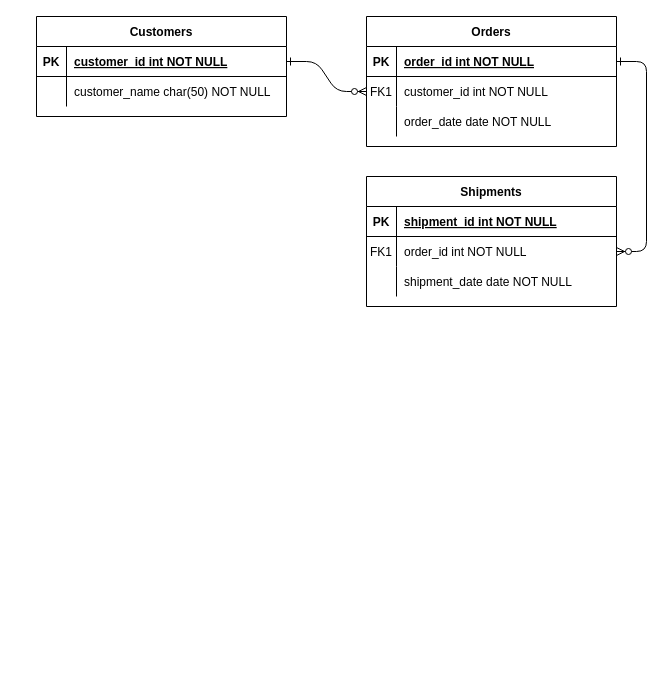
erg0-0/NLP_medical_products_browser keeps this draw.io diagram as Untitled Diagram.drawio. Above is the earlier version. Source tidied: cells renumbered, new cells numbered last; positions are measured from the earlier drawing's top-left corner, leaving out a move shared by most shapes. Both pictures are drawn from the tidied source at 100%, with x=0, y=0 at pixel (36, 16).
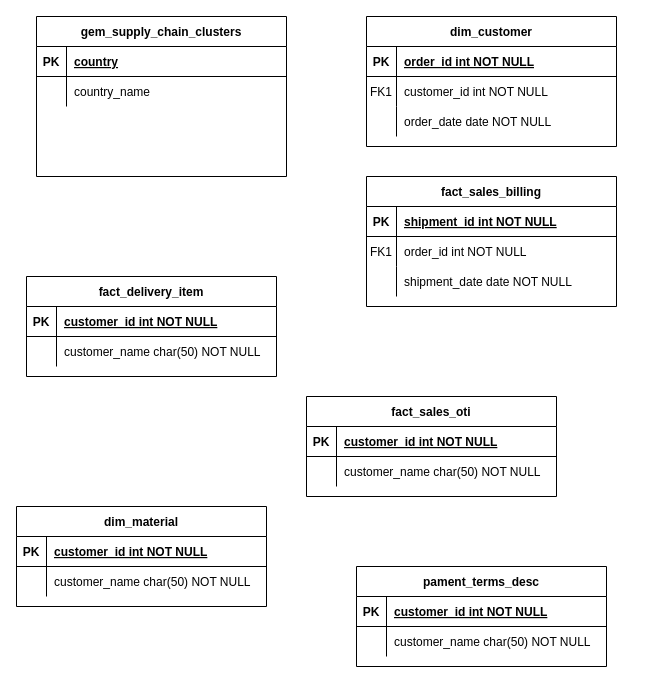
Above is the later version.

The change refers to these unchanged cells:
```xml
<mxCell id="5" style="shape=partialRectangle;fillColor=none;points=[[0,0.5],[1,0.5]];portConstraint=eastwest;top=0;left=0;right=0;bottom=1;" parent="4" vertex="1">
  <mxGeometry y="30" width="250" height="30" as="geometry" />
</mxCell>
<mxCell id="8" style="shape=partialRectangle;fillColor=none;points=[[0,0.5],[1,0.5]];portConstraint=eastwest;top=0;left=0;right=0;bottom=0;" parent="4" vertex="1">
  <mxGeometry y="60" width="250" height="30" as="geometry" />
</mxCell>
<mxCell id="18" style="shape=partialRectangle;fillColor=none;points=[[0,0.5],[1,0.5]];portConstraint=eastwest;top=0;left=0;right=0;bottom=0;" parent="14" vertex="1">
  <mxGeometry y="60" width="250" height="30" as="geometry" />
</mxCell>
<mxCell id="25" style="shape=partialRectangle;fillColor=none;points=[[0,0.5],[1,0.5]];portConstraint=eastwest;top=0;left=0;right=0;bottom=1;" parent="24" vertex="1">
  <mxGeometry y="30" width="250" height="30" as="geometry" />
</mxCell>
<mxCell id="28" style="shape=partialRectangle;fillColor=none;top=0;left=0;right=0;bottom=0;" parent="24" vertex="1">
  <mxGeometry y="60" width="250" height="30" as="geometry" />
</mxCell>
```

What changed in the source:
```diff
@@
-    <mxCell id="2" style="edgeStyle=entityRelationEdgeStyle;endArrow=ERzeroToMany;startArrow=ERone;endFill=1;startFill=0;" parent="1" edge="1" source="25" target="8">
-      <mxGeometry relative="1" as="geometry" />
-    </mxCell>
-    <mxCell id="3" style="edgeStyle=entityRelationEdgeStyle;endArrow=ERzeroToMany;startArrow=ERone;endFill=1;startFill=0;" parent="1" edge="1" source="5" target="18">
-      <mxGeometry relative="1" as="geometry" />
-    </mxCell>
-    <mxCell id="4" value="Orders" style="shape=table;startSize=30;childLayout=tableLayout;rowLines=0;fontStyle=1;align=center;" parent="1" vertex="1">
+    <mxCell id="4" value="dim_customer" style="shape=table;startSize=30;childLayout=tableLayout;rowLines=0;fontStyle=1;align=center;" parent="1" vertex="1">
       <mxGeometry x="330" width="250" height="130" as="geometry" />
     </mxCell>
@@
-    <mxCell id="14" value="Shipments" style="shape=table;startSize=30;childLayout=tableLayout;rowLines=0;fontStyle=1;align=center;" parent="1" vertex="1">
+    <mxCell id="14" value="fact_sales_billing" style="shape=table;startSize=30;childLayout=tableLayout;rowLines=0;fontStyle=1;align=center;" parent="1" vertex="1">
       <mxGeometry x="330" y="160" width="250" height="130" as="geometry" />
     </mxCell>
@@
-    <mxCell id="24" value="Customers" style="shape=table;startSize=30;childLayout=tableLayout;rowLines=0;fontStyle=1;align=center;" parent="1" vertex="1">
-      <mxGeometry width="250" height="100" as="geometry" />
+    <mxCell id="24" value="gem_supply_chain_clusters" style="shape=table;startSize=30;childLayout=tableLayout;rowLines=0;fontStyle=1;align=center;" parent="1" vertex="1">
+      <mxGeometry width="250" height="160" as="geometry" />
     </mxCell>
@@
-    <mxCell id="27" value="customer_id int NOT NULL " style="shape=partialRectangle;overflow=hidden;fillColor=none;top=0;left=0;bottom=0;right=0;align=left;spacingLeft=6;fontStyle=5;" parent="25" vertex="1">
+    <mxCell id="27" value="country" style="shape=partialRectangle;overflow=hidden;fillColor=none;top=0;left=0;bottom=0;right=0;align=left;spacingLeft=6;fontStyle=5;" parent="25" vertex="1">
       <mxGeometry x="30" width="220" height="30" as="geometry" />
     </mxCell>
@@
-    <mxCell id="30" value="customer_name char(50) NOT NULL" style="shape=partialRectangle;overflow=hidden;fillColor=none;top=0;left=0;bottom=0;right=0;align=left;spacingLeft=6;" parent="28" vertex="1">
+    <mxCell id="30" value="country_name" style="shape=partialRectangle;overflow=hidden;fillColor=none;top=0;left=0;bottom=0;right=0;align=left;spacingLeft=6;" parent="28" vertex="1">
       <mxGeometry x="30" width="220" height="30" as="geometry" />
     </mxCell>
+    <mxCell id="31" value="fact_delivery_item" style="shape=table;startSize=30;childLayout=tableLayout;rowLines=0;fontStyle=1;align=center;" parent="1" vertex="1">
+      <mxGeometry x="-10" y="260" width="250" height="100" as="geometry" />
+    </mxCell>
+    <mxCell id="32" style="shape=partialRectangle;fillColor=none;top=0;left=0;right=0;bottom=1;" parent="31" vertex="1">
+      <mxGeometry y="30" width="250" height="30" as="geometry" />
+    </mxCell>
+    <mxCell id="33" value="PK" style="shape=partialRectangle;overflow=hidden;fillColor=none;top=0;left=0;bottom=0;right=0;fontStyle=1;" parent="32" vertex="1">
+      <mxGeometry width="30" height="30" as="geometry" />
+    </mxCell>
+    <mxCell id="34" value="customer_id int NOT NULL " style="shape=partialRectangle;overflow=hidden;fillColor=none;top=0;left=0;bottom=0;right=0;align=left;spacingLeft=6;fontStyle=5;" parent="32" vertex="1">
+      <mxGeometry x="30" width="220" height="30" as="geometry" />
+    </mxCell>
+    <mxCell id="35" style="shape=partialRectangle;fillColor=none;top=0;left=0;right=0;bottom=0;" parent="31" vertex="1">
+      <mxGeometry y="60" width="250" height="30" as="geometry" />
+    </mxCell>
+    <mxCell id="36" style="shape=partialRectangle;overflow=hidden;fillColor=none;top=0;left=0;bottom=0;right=0;" parent="35" vertex="1">
+      <mxGeometry width="30" height="30" as="geometry" />
+    </mxCell>
+    <mxCell id="37" value="customer_name char(50) NOT NULL" style="shape=partialRectangle;overflow=hidden;fillColor=none;top=0;left=0;bottom=0;right=0;align=left;spacingLeft=6;" parent="35" vertex="1">
+      <mxGeometry x="30" width="220" height="30" as="geometry" />
+    </mxCell>
+    <mxCell id="38" value="fact_sales_oti" style="shape=table;startSize=30;childLayout=tableLayout;rowLines=0;fontStyle=1;align=center;" parent="1" vertex="1">
+      <mxGeometry x="270" y="380" width="250" height="100" as="geometry" />
+    </mxCell>
+    <mxCell id="39" style="shape=partialRectangle;fillColor=none;top=0;left=0;right=0;bottom=1;" parent="38" vertex="1">
+      <mxGeometry y="30" width="250" height="30" as="geometry" />
+    </mxCell>
+    <mxCell id="40" value="PK" style="shape=partialRectangle;overflow=hidden;fillColor=none;top=0;left=0;bottom=0;right=0;fontStyle=1;" parent="39" vertex="1">
+      <mxGeometry width="30" height="30" as="geometry" />
+    </mxCell>
+    <mxCell id="41" value="customer_id int NOT NULL " style="shape=partialRectangle;overflow=hidden;fillColor=none;top=0;left=0;bottom=0;right=0;align=left;spacingLeft=6;fontStyle=5;" parent="39" vertex="1">
+      <mxGeometry x="30" width="220" height="30" as="geometry" />
+    </mxCell>
+    <mxCell id="42" style="shape=partialRectangle;fillColor=none;top=0;left=0;right=0;bottom=0;" parent="38" vertex="1">
+      <mxGeometry y="60" width="250" height="30" as="geometry" />
+    </mxCell>
+    <mxCell id="43" style="shape=partialRectangle;overflow=hidden;fillColor=none;top=0;left=0;bottom=0;right=0;" parent="42" vertex="1">
+      <mxGeometry width="30" height="30" as="geometry" />
+    </mxCell>
+    <mxCell id="44" value="customer_name char(50) NOT NULL" style="shape=partialRectangle;overflow=hidden;fillColor=none;top=0;left=0;bottom=0;right=0;align=left;spacingLeft=6;" parent="42" vertex="1">
+      <mxGeometry x="30" width="220" height="30" as="geometry" />
+    </mxCell>
+    <mxCell id="45" value="dim_material" style="shape=table;startSize=30;childLayout=tableLayout;rowLines=0;fontStyle=1;align=center;" parent="1" vertex="1">
+      <mxGeometry x="-20" y="490" width="250" height="100" as="geometry" />
+    </mxCell>
+    <mxCell id="46" style="shape=partialRectangle;fillColor=none;top=0;left=0;right=0;bottom=1;" parent="45" vertex="1">
+      <mxGeometry y="30" width="250" height="30" as="geometry" />
+    </mxCell>
+    <mxCell id="47" value="PK" style="shape=partialRectangle;overflow=hidden;fillColor=none;top=0;left=0;bottom=0;right=0;fontStyle=1;" parent="46" vertex="1">
+      <mxGeometry width="30" height="30" as="geometry" />
+    </mxCell>
+    <mxCell id="48" value="customer_id int NOT NULL " style="shape=partialRectangle;overflow=hidden;fillColor=none;top=0;left=0;bottom=0;right=0;align=left;spacingLeft=6;fontStyle=5;" parent="46" vertex="1">
+      <mxGeometry x="30" width="220" height="30" as="geometry" />
+    </mxCell>
+    <mxCell id="49" style="shape=partialRectangle;fillColor=none;top=0;left=0;right=0;bottom=0;" parent="45" vertex="1">
+      <mxGeometry y="60" width="250" height="30" as="geometry" />
+    </mxCell>
+    <mxCell id="50" style="shape=partialRectangle;overflow=hidden;fillColor=none;top=0;left=0;bottom=0;right=0;" parent="49" vertex="1">
+      <mxGeometry width="30" height="30" as="geometry" />
+    </mxCell>
+    <mxCell id="51" value="customer_name char(50) NOT NULL" style="shape=partialRectangle;overflow=hidden;fillColor=none;top=0;left=0;bottom=0;right=0;align=left;spacingLeft=6;" parent="49" vertex="1">
+      <mxGeometry x="30" width="220" height="30" as="geometry" />
+    </mxCell>
+    <mxCell id="52" value="pament_terms_desc" style="shape=table;startSize=30;childLayout=tableLayout;rowLines=0;fontStyle=1;align=center;" parent="1" vertex="1">
+      <mxGeometry x="320" y="550" width="250" height="100" as="geometry" />
+    </mxCell>
+    <mxCell id="53" style="shape=partialRectangle;fillColor=none;top=0;left=0;right=0;bottom=1;" parent="52" vertex="1">
+      <mxGeometry y="30" width="250" height="30" as="geometry" />
+    </mxCell>
+    <mxCell id="54" value="PK" style="shape=partialRectangle;overflow=hidden;fillColor=none;top=0;left=0;bottom=0;right=0;fontStyle=1;" parent="53" vertex="1">
+      <mxGeometry width="30" height="30" as="geometry" />
+    </mxCell>
+    <mxCell id="55" value="customer_id int NOT NULL " style="shape=partialRectangle;overflow=hidden;fillColor=none;top=0;left=0;bottom=0;right=0;align=left;spacingLeft=6;fontStyle=5;" parent="53" vertex="1">
+      <mxGeometry x="30" width="220" height="30" as="geometry" />
+    </mxCell>
+    <mxCell id="56" style="shape=partialRectangle;fillColor=none;top=0;left=0;right=0;bottom=0;" parent="52" vertex="1">
+      <mxGeometry y="60" width="250" height="30" as="geometry" />
+    </mxCell>
+    <mxCell id="57" style="shape=partialRectangle;overflow=hidden;fillColor=none;top=0;left=0;bottom=0;right=0;" parent="56" vertex="1">
+      <mxGeometry width="30" height="30" as="geometry" />
+    </mxCell>
+    <mxCell id="58" value="customer_name char(50) NOT NULL" style="shape=partialRectangle;overflow=hidden;fillColor=none;top=0;left=0;bottom=0;right=0;align=left;spacingLeft=6;" parent="56" vertex="1">
+      <mxGeometry x="30" width="220" height="30" as="geometry" />
+    </mxCell>
```
